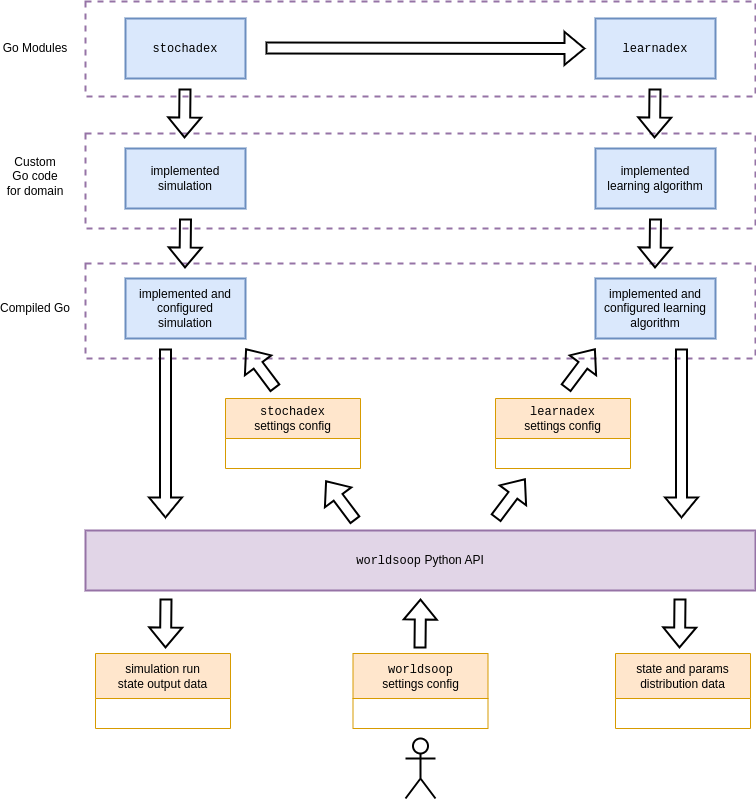
Before: images/chapter-5-high-level-dependencies.drawio.png, a diagram exported from draw.io (umbralcalc/worlds-of-observation). Source tidied: cells renumbered, new cells last; positions are measured from the earlier drawing's top-left corner, leaving out a move shared by most shapes.
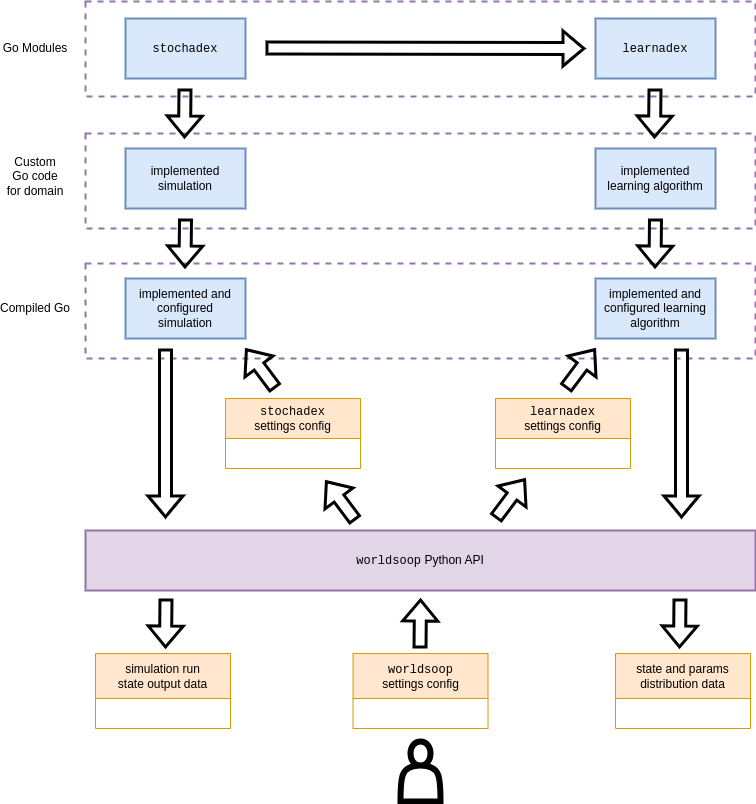
The same file after the commit.

Diff of the diagram source:
```diff
@@ -23,7 +23,7 @@
     <mxCell id="8" value="&lt;font face=&quot;Helvetica&quot;&gt;Go&amp;nbsp;Modules&lt;/font&gt;" style="text;html=1;strokeColor=none;fillColor=none;align=center;verticalAlign=middle;whiteSpace=wrap;rounded=0;" parent="1" vertex="1">
       <mxGeometry y="32" width="60" height="30" as="geometry" />
     </mxCell>
-    <mxCell id="9" style="shape=flexArrow;endArrow=classic;html=1;rounded=0;strokeWidth=2;" parent="1" edge="1">
+    <mxCell id="9" style="shape=flexArrow;endArrow=classic;html=1;rounded=0;strokeWidth=3;" parent="1" edge="1">
       <mxGeometry relative="1" as="geometry">
         <mxPoint x="179.5" y="87" as="sourcePoint" />
         <mxPoint x="179" y="137" as="targetPoint" />
@@ -35,16 +35,13 @@
     <mxCell id="11" value="Custom&lt;br&gt;Go c&lt;font face=&quot;Helvetica&quot;&gt;ode&lt;br&gt;for domain&lt;br&gt;&lt;/font&gt;" style="text;html=1;strokeColor=none;fillColor=none;align=center;verticalAlign=middle;whiteSpace=wrap;rounded=0;" parent="1" vertex="1">
       <mxGeometry y="162" width="60" height="25" as="geometry" />
     </mxCell>
-    <mxCell id="12" style="shape=umlActor;verticalLabelPosition=bottom;verticalAlign=top;html=1;strokeWidth=2;" parent="1" vertex="1">
-      <mxGeometry x="400" y="737" width="30" height="60" as="geometry" />
-    </mxCell>
     <mxCell id="13" value="implemented and configured &lt;br&gt;simulation" style="rounded=0;whiteSpace=wrap;html=1;strokeWidth=2;fillColor=#dae8fc;strokeColor=#6c8ebf;" parent="1" vertex="1">
       <mxGeometry x="120" y="277" width="120" height="60" as="geometry" />
     </mxCell>
     <mxCell id="14" value="&lt;font face=&quot;Helvetica&quot;&gt;Compiled&amp;nbsp;Go&lt;/font&gt;" style="text;html=1;strokeColor=none;fillColor=none;align=center;verticalAlign=middle;whiteSpace=wrap;rounded=0;" parent="1" vertex="1">
       <mxGeometry y="292" width="60" height="30" as="geometry" />
     </mxCell>
-    <mxCell id="15" style="shape=flexArrow;endArrow=classic;html=1;rounded=0;strokeWidth=2;" parent="1" edge="1">
+    <mxCell id="15" style="shape=flexArrow;endArrow=classic;html=1;rounded=0;strokeWidth=3;" parent="1" edge="1">
       <mxGeometry relative="1" as="geometry">
         <mxPoint x="180" y="217" as="sourcePoint" />
         <mxPoint x="179.5" y="267" as="targetPoint" />
@@ -53,19 +50,19 @@
     <mxCell id="16" value="&lt;span style=&quot;font-weight: normal;&quot;&gt;&lt;font face=&quot;Courier New&quot;&gt;worldsoop&lt;/font&gt;&lt;br&gt;settings config&lt;/span&gt;" style="swimlane;whiteSpace=wrap;html=1;startSize=45;fillColor=#ffe6cc;strokeColor=#d79b00;" parent="1" vertex="1">
       <mxGeometry x="347.5" y="652" width="135" height="75" as="geometry" />
     </mxCell>
-    <mxCell id="17" style="shape=flexArrow;endArrow=classic;html=1;rounded=0;strokeWidth=2;" parent="1" edge="1">
+    <mxCell id="17" style="shape=flexArrow;endArrow=classic;html=1;rounded=0;strokeWidth=3;" parent="1" edge="1">
       <mxGeometry relative="1" as="geometry">
         <mxPoint x="270" y="387" as="sourcePoint" />
         <mxPoint x="240" y="347" as="targetPoint" />
       </mxGeometry>
     </mxCell>
-    <mxCell id="18" style="shape=flexArrow;endArrow=classic;html=1;rounded=0;strokeWidth=2;fillColor=none;" parent="1" edge="1">
+    <mxCell id="18" style="shape=flexArrow;endArrow=classic;html=1;rounded=0;strokeWidth=3;fillColor=none;" parent="1" edge="1">
       <mxGeometry relative="1" as="geometry">
         <mxPoint x="160" y="347" as="sourcePoint" />
         <mxPoint x="160" y="517" as="targetPoint" />
       </mxGeometry>
     </mxCell>
-    <mxCell id="19" style="shape=flexArrow;endArrow=classic;html=1;rounded=0;strokeWidth=2;" parent="1" edge="1">
+    <mxCell id="19" style="shape=flexArrow;endArrow=classic;html=1;rounded=0;strokeWidth=3;" parent="1" edge="1">
       <mxGeometry relative="1" as="geometry">
         <mxPoint x="414.5" y="647" as="sourcePoint" />
         <mxPoint x="415" y="597" as="targetPoint" />
@@ -77,13 +74,13 @@
     <mxCell id="21" value="&lt;span style=&quot;font-weight: normal;&quot;&gt;&lt;font face=&quot;Courier New&quot;&gt;stochadex&lt;br&gt;&lt;/font&gt;settings config&lt;/span&gt;" style="swimlane;whiteSpace=wrap;html=1;startSize=40;fillColor=#ffe6cc;strokeColor=#d79b00;" parent="1" vertex="1">
       <mxGeometry x="220" y="397" width="135" height="70" as="geometry" />
     </mxCell>
-    <mxCell id="22" style="shape=flexArrow;endArrow=classic;html=1;rounded=0;strokeWidth=2;" parent="1" edge="1">
+    <mxCell id="22" style="shape=flexArrow;endArrow=classic;html=1;rounded=0;strokeWidth=3;" parent="1" edge="1">
       <mxGeometry relative="1" as="geometry">
         <mxPoint x="350" y="519" as="sourcePoint" />
         <mxPoint x="320" y="479" as="targetPoint" />
       </mxGeometry>
     </mxCell>
-    <mxCell id="23" style="shape=flexArrow;endArrow=classic;html=1;rounded=0;strokeWidth=2;" parent="1" edge="1">
+    <mxCell id="23" style="shape=flexArrow;endArrow=classic;html=1;rounded=0;strokeWidth=3;" parent="1" edge="1">
       <mxGeometry relative="1" as="geometry">
         <mxPoint x="649.5" y="87" as="sourcePoint" />
         <mxPoint x="649" y="137" as="targetPoint" />
@@ -92,13 +89,13 @@
     <mxCell id="24" value="implemented &lt;br&gt;learning algorithm" style="rounded=0;whiteSpace=wrap;html=1;strokeWidth=2;fillColor=#dae8fc;strokeColor=#6c8ebf;" parent="1" vertex="1">
       <mxGeometry x="590" y="147" width="120" height="60" as="geometry" />
     </mxCell>
-    <mxCell id="25" style="shape=flexArrow;endArrow=classic;html=1;rounded=0;strokeWidth=2;" parent="1" edge="1">
+    <mxCell id="25" style="shape=flexArrow;endArrow=classic;html=1;rounded=0;strokeWidth=3;" parent="1" edge="1">
       <mxGeometry relative="1" as="geometry">
         <mxPoint x="650" y="217" as="sourcePoint" />
         <mxPoint x="649.5" y="267" as="targetPoint" />
       </mxGeometry>
     </mxCell>
-    <mxCell id="26" style="shape=flexArrow;endArrow=classic;html=1;rounded=0;strokeWidth=2;" parent="1" edge="1">
+    <mxCell id="26" style="shape=flexArrow;endArrow=classic;html=1;rounded=0;strokeWidth=3;" parent="1" edge="1">
       <mxGeometry relative="1" as="geometry">
         <mxPoint x="260" y="46.5" as="sourcePoint" />
         <mxPoint x="580" y="47" as="targetPoint" />
@@ -110,19 +107,19 @@
     <mxCell id="28" value="&lt;span style=&quot;font-weight: normal;&quot;&gt;&lt;font face=&quot;Courier New&quot;&gt;learnadex&lt;/font&gt;&lt;br&gt;settings config&lt;/span&gt;" style="swimlane;whiteSpace=wrap;html=1;startSize=40;fillColor=#ffe6cc;strokeColor=#d79b00;" parent="1" vertex="1">
       <mxGeometry x="490" y="397" width="135" height="70" as="geometry" />
     </mxCell>
-    <mxCell id="29" style="shape=flexArrow;endArrow=classic;html=1;rounded=0;strokeWidth=2;" parent="1" edge="1">
+    <mxCell id="29" style="shape=flexArrow;endArrow=classic;html=1;rounded=0;strokeWidth=3;" parent="1" edge="1">
       <mxGeometry relative="1" as="geometry">
         <mxPoint x="560" y="387" as="sourcePoint" />
         <mxPoint x="590" y="347" as="targetPoint" />
       </mxGeometry>
     </mxCell>
-    <mxCell id="30" style="shape=flexArrow;endArrow=classic;html=1;rounded=0;strokeWidth=2;" parent="1" edge="1">
+    <mxCell id="30" style="shape=flexArrow;endArrow=classic;html=1;rounded=0;strokeWidth=3;" parent="1" edge="1">
       <mxGeometry relative="1" as="geometry">
         <mxPoint x="490" y="517" as="sourcePoint" />
         <mxPoint x="520" y="477" as="targetPoint" />
       </mxGeometry>
     </mxCell>
-    <mxCell id="31" style="shape=flexArrow;endArrow=classic;html=1;rounded=0;strokeWidth=2;" parent="1" edge="1">
+    <mxCell id="31" style="shape=flexArrow;endArrow=classic;html=1;rounded=0;strokeWidth=3;" parent="1" edge="1">
       <mxGeometry relative="1" as="geometry">
         <mxPoint x="676" y="347" as="sourcePoint" />
         <mxPoint x="676" y="517" as="targetPoint" />
@@ -131,17 +128,20 @@
     <mxCell id="32" value="&lt;span style=&quot;font-weight: normal;&quot;&gt;state and params distribution data&lt;/span&gt;" style="swimlane;whiteSpace=wrap;html=1;startSize=45;fillColor=#ffe6cc;strokeColor=#d79b00;" parent="1" vertex="1">
       <mxGeometry x="610" y="652" width="135" height="75" as="geometry" />
     </mxCell>
-    <mxCell id="33" style="shape=flexArrow;endArrow=classic;html=1;rounded=0;strokeWidth=2;" parent="1" edge="1">
+    <mxCell id="33" style="shape=flexArrow;endArrow=classic;html=1;rounded=0;strokeWidth=3;" parent="1" edge="1">
       <mxGeometry relative="1" as="geometry">
         <mxPoint x="160.5" y="597" as="sourcePoint" />
         <mxPoint x="160" y="647" as="targetPoint" />
       </mxGeometry>
     </mxCell>
-    <mxCell id="34" style="shape=flexArrow;endArrow=classic;html=1;rounded=0;strokeWidth=2;" parent="1" edge="1">
+    <mxCell id="34" style="shape=flexArrow;endArrow=classic;html=1;rounded=0;strokeWidth=3;" parent="1" edge="1">
       <mxGeometry relative="1" as="geometry">
         <mxPoint x="674.5" y="597" as="sourcePoint" />
         <mxPoint x="674" y="647" as="targetPoint" />
       </mxGeometry>
     </mxCell>
+    <mxCell id="35" style="shape=actor;whiteSpace=wrap;html=1;strokeWidth=6;" parent="1" vertex="1">
+      <mxGeometry x="395" y="740" width="40" height="60" as="geometry" />
+    </mxCell>
   </root>
 </mxGraphModel>
```
